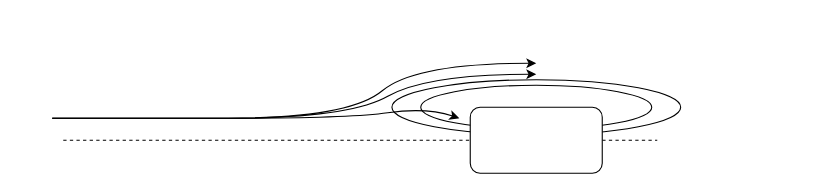
Above: meesst.drawio in JanThoemel/drawIO (draw.io), before the change. Source tidied: cells renumbered, new cells numbered last; positions are measured from the earlier drawing's top-left corner, leaving out a move shared by most shapes. Both pictures are drawn from the tidied source at 110%, with x=0, y=0 at pixel (52, 63).
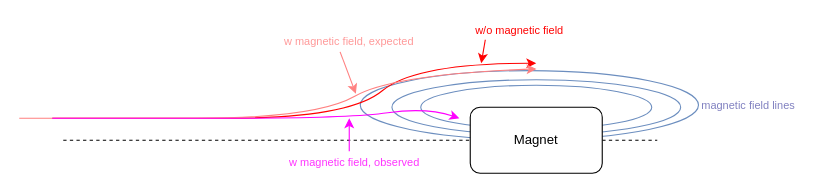
Above is the later version.

The edit, as a diff of the source:
```diff
@@
+    <mxCell id="10" style="ellipse;whiteSpace=wrap;html=1;fillColor=none;strokeColor=#6c8ebf;" parent="1" vertex="1">
+      <mxGeometry x="280" y="6.7" width="307.5" height="62.7" as="geometry" />
+    </mxCell>
-    <mxCell id="2" style="ellipse;whiteSpace=wrap;html=1;fillColor=none;" parent="1" vertex="1">
+    <mxCell id="2" style="ellipse;whiteSpace=wrap;html=1;fillColor=none;strokeColor=#6c8ebf;" parent="1" vertex="1">
       <mxGeometry x="308.8" y="15" width="262.5" height="50" as="geometry" />
     </mxCell>
-    <mxCell id="3" style="ellipse;whiteSpace=wrap;html=1;fillColor=none;" parent="1" vertex="1">
+    <mxCell id="3" style="ellipse;whiteSpace=wrap;html=1;fillColor=none;strokeColor=#6c8ebf;" parent="1" vertex="1">
       <mxGeometry x="335" y="20" width="210" height="40" as="geometry" />
     </mxCell>
@@
-    <mxCell id="6" style="rounded=1;whiteSpace=wrap;html=1;" parent="1" vertex="1">
+    <mxCell id="6" value="Magnet" style="rounded=1;whiteSpace=wrap;html=1;" parent="1" vertex="1">
       <mxGeometry x="380" y="40" width="120" height="60" as="geometry" />
     </mxCell>
-    <mxCell id="7" style="curved=1;endArrow=classic;html=1;rounded=0;" parent="1" edge="1">
+    <mxCell id="7" style="curved=1;endArrow=classic;html=1;rounded=0;strokeColor=#FF0000;" parent="1" edge="1">
       <mxGeometry relative="1" as="geometry">
         <mxPoint y="50" as="sourcePoint" />
         <mxPoint x="440" as="targetPoint" />
         <Array as="points">
           <mxPoint x="50" y="50" />
           <mxPoint x="270" y="50" />
           <mxPoint x="330" />
         </Array>
       </mxGeometry>
     </mxCell>
-    <mxCell id="8" style="curved=1;endArrow=classic;html=1;rounded=0;" parent="1" edge="1">
+    <mxCell id="8" style="curved=1;endArrow=classic;html=1;rounded=0;strokeColor=#ff8080;entryX=0.521;entryY=-0.025;entryDx=0;entryDy=0;entryPerimeter=0;" parent="1" edge="1" target="10">
       <mxGeometry relative="1" as="geometry">
-        <mxPoint y="50" as="sourcePoint" />
-        <mxPoint x="440" y="10" as="targetPoint" />
+        <mxPoint x="-30" y="50" as="sourcePoint" />
         <Array as="points">
-          <mxPoint x="50" y="50" />
-          <mxPoint x="270" y="50" />
-          <mxPoint x="340" y="10" />
+          <mxPoint x="20" y="50" />
+          <mxPoint x="240" y="50" />
+          <mxPoint x="310" y="10" />
         </Array>
       </mxGeometry>
     </mxCell>
-    <mxCell id="9" style="curved=1;endArrow=classic;html=1;rounded=0;entryX=0.167;entryY=0.75;entryDx=0;entryDy=0;entryPerimeter=0;" parent="1" edge="1" target="3">
+    <mxCell id="9" style="curved=1;endArrow=classic;html=1;rounded=0;entryX=0.167;entryY=0.75;entryDx=0;entryDy=0;entryPerimeter=0;strokeColor=#ff00ff;" parent="1" edge="1" target="3">
       <mxGeometry relative="1" as="geometry">
         <mxPoint y="50" as="sourcePoint" />
         <Array as="points">
           <mxPoint x="50" y="50" />
           <mxPoint x="270" y="50" />
           <mxPoint x="340" y="40" />
         </Array>
       </mxGeometry>
     </mxCell>
+    <mxCell id="11" value="w/o magnetic field" style="text;html=1;align=center;verticalAlign=middle;whiteSpace=wrap;rounded=0;fontColor=#ff0000;fontSize=10;" parent="1" vertex="1">
+      <mxGeometry x="380" y="-40" width="90" height="20" as="geometry" />
+    </mxCell>
+    <mxCell id="12" value="w magnetic field, expected" style="text;html=1;align=center;verticalAlign=middle;whiteSpace=wrap;rounded=0;fontColor=#FF9999;fontSize=10;" parent="1" vertex="1">
+      <mxGeometry x="205" y="-30" width="130" height="20" as="geometry" />
+    </mxCell>
+    <mxCell id="13" value="w magnetic field, observed" style="text;html=1;align=center;verticalAlign=middle;whiteSpace=wrap;rounded=0;fontColor=#FF33FF;fontSize=10;" parent="1" vertex="1">
+      <mxGeometry x="210" y="80" width="130" height="20" as="geometry" />
+    </mxCell>
+    <mxCell id="14" style="endArrow=classic;html=1;rounded=0;strokeColor=#ff00ff;" parent="1" edge="1">
+      <mxGeometry relative="1" as="geometry">
+        <mxPoint x="270" y="80" as="sourcePoint" />
+        <mxPoint x="270" y="50" as="targetPoint" />
+      </mxGeometry>
+    </mxCell>
+    <mxCell id="15" style="endArrow=classic;html=1;rounded=0;strokeColor=#ff0000;exitX=0.152;exitY=0.933;exitDx=0;exitDy=0;exitPerimeter=0;" parent="1" edge="1" source="11">
+      <mxGeometry relative="1" as="geometry">
+        <mxPoint x="390" as="targetPoint" />
+      </mxGeometry>
+    </mxCell>
+    <mxCell id="16" style="endArrow=classic;html=1;rounded=0;strokeColor=#ff8080;exitX=0.436;exitY=0.983;exitDx=0;exitDy=0;exitPerimeter=0;" parent="1" edge="1" source="12">
+      <mxGeometry relative="1" as="geometry">
+        <mxPoint x="276" y="27.7" as="targetPoint" />
+      </mxGeometry>
+    </mxCell>
+    <mxCell id="17" value="magnetic field lines" style="text;html=1;align=center;verticalAlign=middle;whiteSpace=wrap;rounded=0;fontSize=10;fillColor=none;strokeColor=none;fontColor=#8080c0;" parent="1" vertex="1">
+      <mxGeometry x="587.5" y="28" width="90" height="20" as="geometry" />
+    </mxCell>
```
